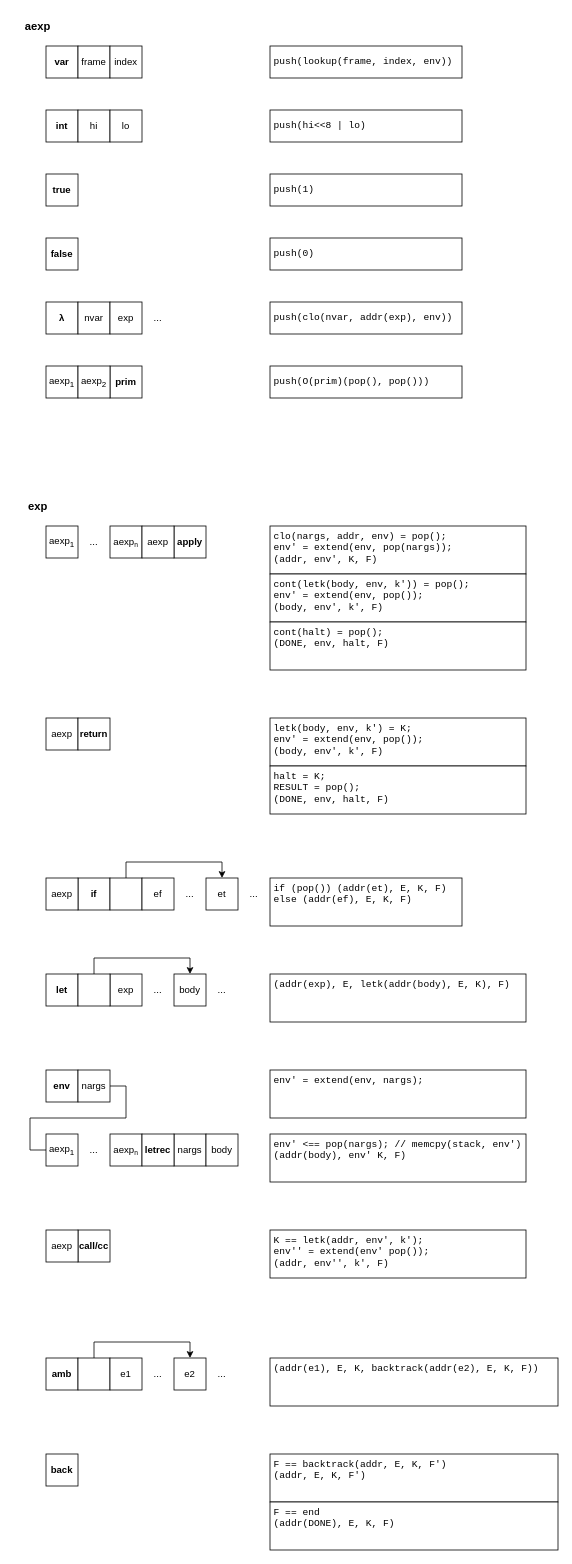
This is docs/Bytecode.drawio from billhails/CEKF, a draw.io file, before an edit. Source tidied: cells renumbered, new cells numbered last; positions are measured from the earlier drawing's top-left corner, leaving out a move shared by most shapes. Both pictures are drawn from the tidied source at 80%, with x=0, y=0 at pixel (14, 14).
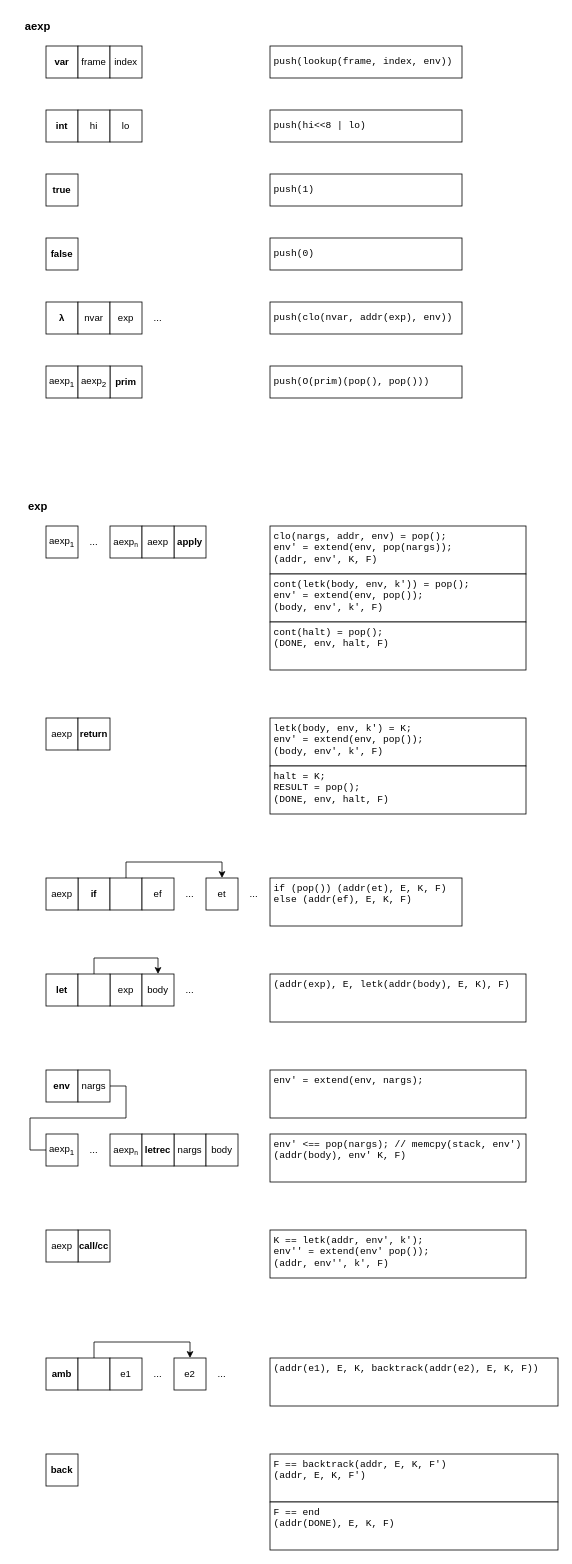
The same diagram, later.

The change refers to these unchanged cells:
```xml
<mxCell id="42" style="rounded=0;whiteSpace=wrap;html=1;" parent="1" vertex="1">
  <mxGeometry x="80" y="1200" width="40" height="40" as="geometry" />
</mxCell>
```

What changed in the source:
```diff
@@
     <mxCell id="12" value="body" style="rounded=0;whiteSpace=wrap;html=1;" parent="1" vertex="1">
-      <mxGeometry x="200" y="1200" width="40" height="40" as="geometry" />
+      <mxGeometry x="160" y="1200" width="40" height="40" as="geometry" />
     </mxCell>
@@
     <mxCell id="41" style="edgeStyle=orthogonalEdgeStyle;rounded=0;jettySize=auto;html=1;entryX=0.5;entryY=0;entryDx=0;entryDy=0;" parent="1" edge="1" source="42" target="12">
       <mxGeometry relative="1" as="geometry">
         <Array as="points">
           <mxPoint x="100" y="1180" />
-          <mxPoint x="220" y="1180" />
+          <mxPoint x="180" y="1180" />
         </Array>
       </mxGeometry>
     </mxCell>
@@
-    <mxCell id="58" value="..." style="text;html=1;strokeColor=none;fillColor=none;align=center;verticalAlign=middle;whiteSpace=wrap;rounded=0;" parent="1" vertex="1">
-      <mxGeometry x="160" y="1200" width="40" height="40" as="geometry" />
-    </mxCell>
     <mxCell id="59" value="..." style="text;html=1;strokeColor=none;fillColor=none;align=center;verticalAlign=middle;whiteSpace=wrap;rounded=0;" parent="1" vertex="1">
-      <mxGeometry x="240" y="1200" width="40" height="40" as="geometry" />
+      <mxGeometry x="200" y="1200" width="40" height="40" as="geometry" />
     </mxCell>
```
